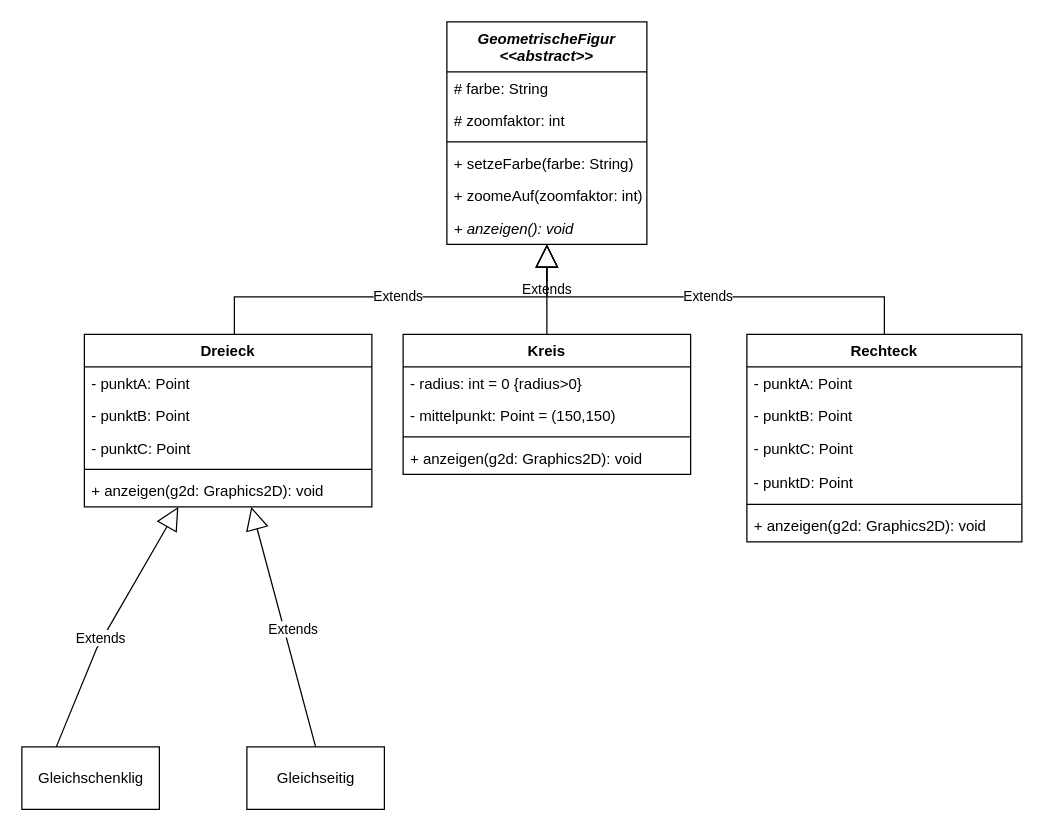
Before: page "Seite-1" (1 of 2) of diagramme/Klassendiagramm.drawio in bso-hef/2022_LF8, a draw.io diagram. Source tidied: cells renumbered, new cells numbered last; positions are measured from the earlier drawing's top-left corner, leaving out a move shared by most shapes. Both pictures are drawn from the tidied source at 125%, with x=0, y=0 at pixel (21, 21).
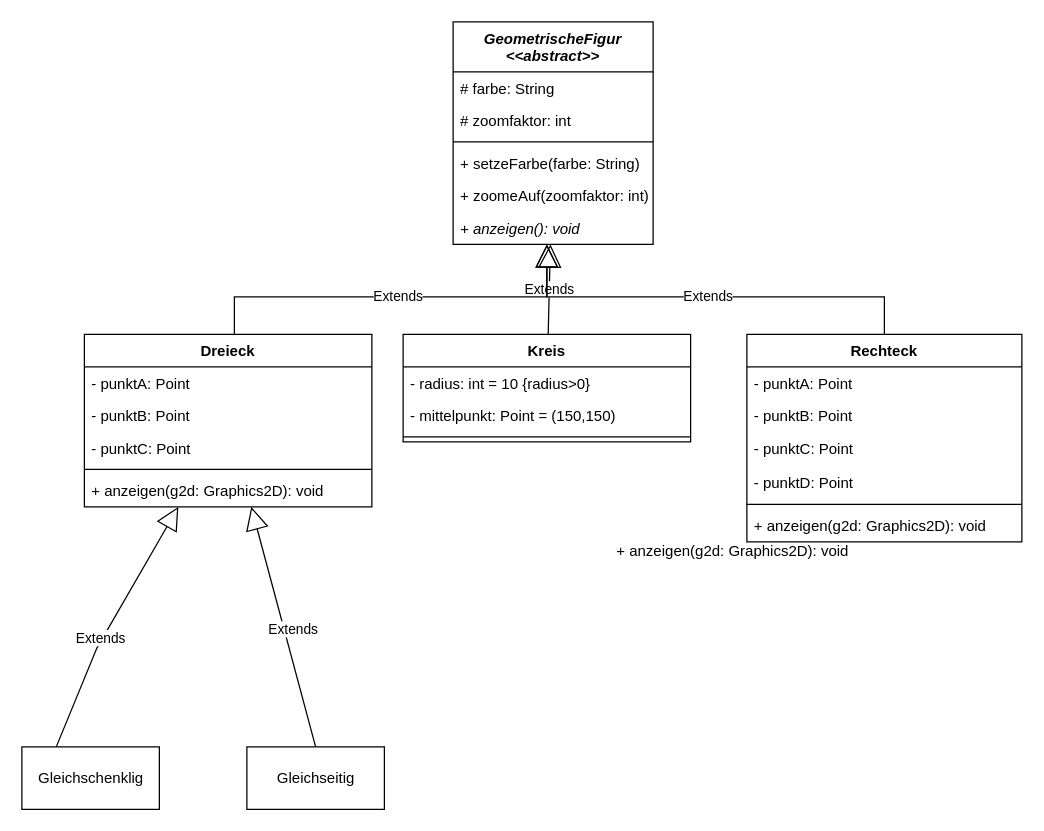
The same page after the edit.

Diff of the diagram source:
```diff
@@
     <mxCell id="2" value="Kreis" style="swimlane;fontStyle=1;align=center;verticalAlign=top;horizontal=1;startSize=26;" parent="1" vertex="1">
-      <mxGeometry x="305" y="250" width="230" height="112" as="geometry" />
+      <mxGeometry x="305" y="250" width="230" height="86" as="geometry" />
     </mxCell>
-    <mxCell id="3" value="- radius: int = 0 {radius&gt;0}" style="text;strokeColor=none;fillColor=none;align=left;verticalAlign=top;spacingLeft=4;spacingRight=4;overflow=hidden;" parent="2" vertex="1">
+    <mxCell id="3" value="- radius: int = 10 {radius&gt;0}" style="text;strokeColor=none;fillColor=none;align=left;verticalAlign=top;spacingLeft=4;spacingRight=4;overflow=hidden;" parent="2" vertex="1">
       <mxGeometry y="26" width="230" height="26" as="geometry" />
     </mxCell>
@@
-    <mxCell id="6" value="+ anzeigen(g2d: Graphics2D): void" style="text;strokeColor=none;fillColor=none;align=left;verticalAlign=top;spacingLeft=4;spacingRight=4;overflow=hidden;" parent="2" vertex="1">
-      <mxGeometry y="86" width="230" height="26" as="geometry" />
-    </mxCell>
@@
     <mxCell id="20" value="GeometrischeFigur&#10;&lt;&lt;abstract&gt;&gt;" style="swimlane;fontStyle=3;align=center;verticalAlign=top;horizontal=1;startSize=40;" parent="1" vertex="1">
-      <mxGeometry x="340" width="160" height="178" as="geometry" />
+      <mxGeometry x="345" width="160" height="178" as="geometry" />
     </mxCell>
@@
+    <mxCell id="6" value="+ anzeigen(g2d: Graphics2D): void" style="text;strokeColor=none;fillColor=none;align=left;verticalAlign=top;spacingLeft=4;spacingRight=4;overflow=hidden;" parent="1" vertex="1">
+      <mxGeometry x="470" y="410" width="230" height="26" as="geometry" />
+    </mxCell>
```
